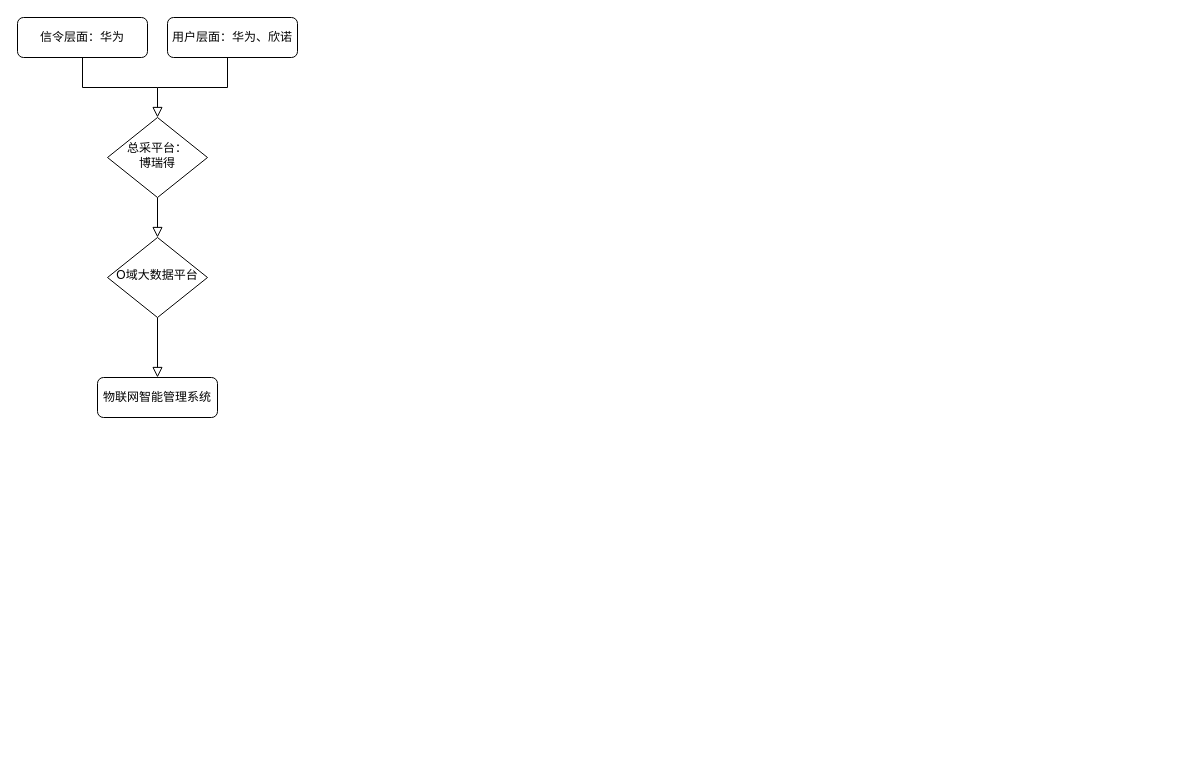
This is 未命名绘图.drawio from eSheepFred/eSheepFred, a draw.io file, before an edit. Source tidied: cells renumbered, new cells numbered last; positions are measured from the earlier drawing's top-left corner, leaving out a move shared by most shapes. Both pictures are drawn from the tidied source at 100%, with x=0, y=0 at pixel (17, 17).
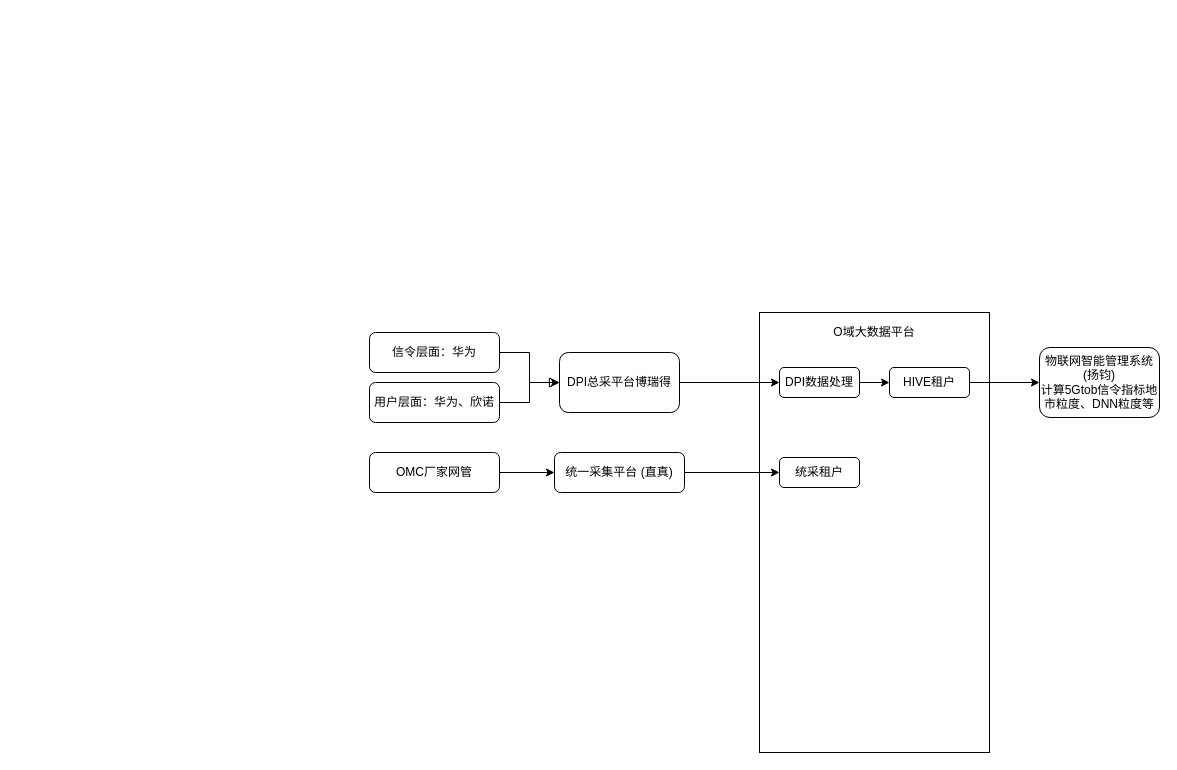
Above is the later version.

Diff of the diagram source:
```diff
@@
 <mxGraphModel>
   <root>
     <mxCell id="0" />
     <mxCell id="1" parent="0" />
-    <mxCell id="2" style="rounded=0;html=1;jettySize=auto;fontSize=11;endArrow=block;endFill=0;endSize=8;strokeWidth=1;shadow=0;labelBackgroundColor=none;edgeStyle=orthogonalEdgeStyle;" parent="1" edge="1" source="3" target="5">
-      <mxGeometry relative="1" as="geometry" />
-    </mxCell>
+    <mxCell id="7" value="O域大数据平台" style="rounded=0;whiteSpace=wrap;html=1;spacingTop=-400;" parent="1" vertex="1">
+      <mxGeometry x="742" y="295" width="230" height="440" as="geometry" />
+    </mxCell>
     <mxCell id="3" value="信令层面：华为" style="rounded=1;whiteSpace=wrap;html=1;fontSize=12;glass=0;strokeWidth=1;shadow=0;" parent="1" vertex="1">
-      <mxGeometry width="130" height="40" as="geometry" />
+      <mxGeometry x="352" y="315" width="130" height="40" as="geometry" />
     </mxCell>
-    <mxCell id="4" style="rounded=0;html=1;jettySize=auto;fontSize=11;endArrow=block;endFill=0;endSize=8;strokeWidth=1;shadow=0;labelBackgroundColor=none;edgeStyle=orthogonalEdgeStyle;" parent="1" edge="1" source="5" target="7">
-      <mxGeometry y="20" relative="1" as="geometry" />
-    </mxCell>
-    <mxCell id="5" value="&lt;div style=&quot;&quot;&gt;总采平台：&lt;/div&gt;&lt;div style=&quot;&quot;&gt;博瑞得&lt;/div&gt;" style="rhombus;whiteSpace=wrap;html=1;shadow=0;fontFamily=Helvetica;fontSize=12;align=center;strokeWidth=1;spacing=6;spacingTop=-4;" parent="1" vertex="1">
-      <mxGeometry x="90" y="100" width="100" height="80" as="geometry" />
-    </mxCell>
-    <mxCell id="6" style="rounded=0;html=1;jettySize=auto;fontSize=11;endArrow=block;endFill=0;endSize=8;strokeWidth=1;shadow=0;labelBackgroundColor=none;edgeStyle=orthogonalEdgeStyle;" parent="1" edge="1" source="7" target="8">
-      <mxGeometry x="0.33" y="20" relative="1" as="geometry" />
-    </mxCell>
-    <mxCell id="7" value="O域大数据平台" style="rhombus;whiteSpace=wrap;html=1;shadow=0;fontFamily=Helvetica;fontSize=12;align=center;strokeWidth=1;spacing=6;spacingTop=-4;" parent="1" vertex="1">
-      <mxGeometry x="90" y="220" width="100" height="80" as="geometry" />
-    </mxCell>
-    <mxCell id="8" value="物联网智能管理系统" style="rounded=1;whiteSpace=wrap;html=1;fontSize=12;glass=0;strokeWidth=1;shadow=0;" parent="1" vertex="1">
-      <mxGeometry x="80" y="360" width="120" height="40" as="geometry" />
+    <mxCell id="8" value="物联网智能管理系统 (扬钧)&lt;br&gt;计算5Gtob信令指标地市粒度、DNN粒度等" style="rounded=1;whiteSpace=wrap;html=1;fontSize=12;glass=0;strokeWidth=1;shadow=0;" parent="1" vertex="1">
+      <mxGeometry x="1022" y="330" width="120" height="70" as="geometry" />
     </mxCell>
-    <mxCell id="9" style="edgeStyle=orthogonalEdgeStyle;rounded=0;jettySize=auto;html=1;exitX=0.5;exitY=1;exitDx=0;exitDy=0;endArrow=none;endFill=0;" parent="1" edge="1" source="10">
-      <mxGeometry relative="1" as="geometry">
-        <mxPoint x="140" y="70" as="targetPoint" />
-        <Array as="points">
-          <mxPoint x="210" y="70" />
-        </Array>
-      </mxGeometry>
-    </mxCell>
+    <mxCell id="11" style="edgeStyle=orthogonalEdgeStyle;rounded=0;jettySize=auto;html=1;exitX=1;exitY=0.5;exitDx=0;exitDy=0;entryX=0;entryY=0.5;entryDx=0;entryDy=0;" parent="1" edge="1" source="10" target="14">
+      <mxGeometry relative="1" as="geometry" />
+    </mxCell>
     <mxCell id="10" value="用户层面：华为、欣诺" style="rounded=1;whiteSpace=wrap;html=1;fontSize=12;glass=0;strokeWidth=1;shadow=0;" parent="1" vertex="1">
-      <mxGeometry x="150" width="130" height="40" as="geometry" />
+      <mxGeometry x="352" y="365" width="130" height="40" as="geometry" />
     </mxCell>
+    <mxCell id="12" style="rounded=0;html=1;jettySize=auto;fontSize=11;endArrow=block;endFill=0;endSize=8;strokeWidth=1;shadow=0;labelBackgroundColor=none;edgeStyle=orthogonalEdgeStyle;" parent="1" edge="1" source="3" target="14">
+      <mxGeometry relative="1" as="geometry" />
+    </mxCell>
+    <mxCell id="13" style="edgeStyle=orthogonalEdgeStyle;rounded=0;jettySize=auto;html=1;exitX=1;exitY=0.5;exitDx=0;exitDy=0;entryX=0;entryY=0.5;entryDx=0;entryDy=0;" parent="1" edge="1" source="14" target="16">
+      <mxGeometry relative="1" as="geometry" />
+    </mxCell>
+    <mxCell id="14" value="DPI总采平台博瑞得" style="rounded=1;whiteSpace=wrap;html=1;" parent="1" vertex="1">
+      <mxGeometry x="542" y="335" width="120" height="60" as="geometry" />
+    </mxCell>
+    <mxCell id="15" style="edgeStyle=orthogonalEdgeStyle;rounded=0;jettySize=auto;html=1;exitX=1;exitY=0.5;exitDx=0;exitDy=0;entryX=0;entryY=0.5;entryDx=0;entryDy=0;" parent="1" edge="1" source="16" target="22">
+      <mxGeometry relative="1" as="geometry" />
+    </mxCell>
+    <mxCell id="16" value="DPI数据处理" style="rounded=1;whiteSpace=wrap;html=1;" parent="1" vertex="1">
+      <mxGeometry x="762" y="350" width="80" height="30" as="geometry" />
+    </mxCell>
+    <mxCell id="17" style="edgeStyle=orthogonalEdgeStyle;rounded=0;jettySize=auto;html=1;exitX=1;exitY=0.5;exitDx=0;exitDy=0;" parent="1" edge="1" source="18" target="20">
+      <mxGeometry relative="1" as="geometry" />
+    </mxCell>
+    <mxCell id="18" value="OMC厂家网管" style="rounded=1;whiteSpace=wrap;html=1;fontSize=12;glass=0;strokeWidth=1;shadow=0;" parent="1" vertex="1">
+      <mxGeometry x="352" y="435" width="130" height="40" as="geometry" />
+    </mxCell>
+    <mxCell id="19" style="edgeStyle=orthogonalEdgeStyle;rounded=0;jettySize=auto;html=1;exitX=1;exitY=0.5;exitDx=0;exitDy=0;" parent="1" edge="1" source="20" target="23">
+      <mxGeometry relative="1" as="geometry" />
+    </mxCell>
+    <mxCell id="20" value="统一采集平台 (直真)" style="rounded=1;whiteSpace=wrap;html=1;fontSize=12;glass=0;strokeWidth=1;shadow=0;" parent="1" vertex="1">
+      <mxGeometry x="537" y="435" width="130" height="40" as="geometry" />
+    </mxCell>
+    <mxCell id="21" style="edgeStyle=orthogonalEdgeStyle;rounded=0;jettySize=auto;html=1;exitX=1;exitY=0.5;exitDx=0;exitDy=0;" parent="1" edge="1" source="22" target="8">
+      <mxGeometry relative="1" as="geometry" />
+    </mxCell>
+    <mxCell id="22" value="HIVE租户" style="rounded=1;whiteSpace=wrap;html=1;" parent="1" vertex="1">
+      <mxGeometry x="872" y="350" width="80" height="30" as="geometry" />
+    </mxCell>
+    <mxCell id="23" value="统采租户" style="rounded=1;whiteSpace=wrap;html=1;" parent="1" vertex="1">
+      <mxGeometry x="762" y="440" width="80" height="30" as="geometry" />
+    </mxCell>
   </root>
 </mxGraphModel>
```
